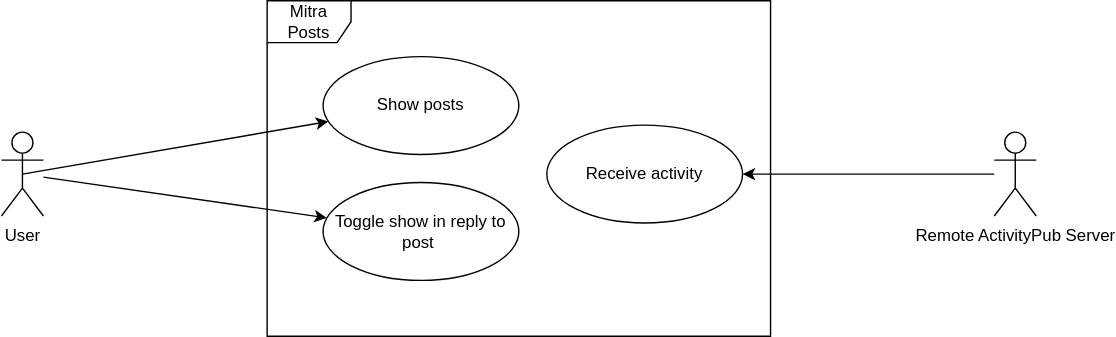
Earlier version of the draw.io export documents/use-cases/use-case-posts.svg (mitra-social/docs). Source tidied: cells renumbered, new cells last; positions are measured from the earlier drawing's top-left corner, leaving out a move shared by most shapes.
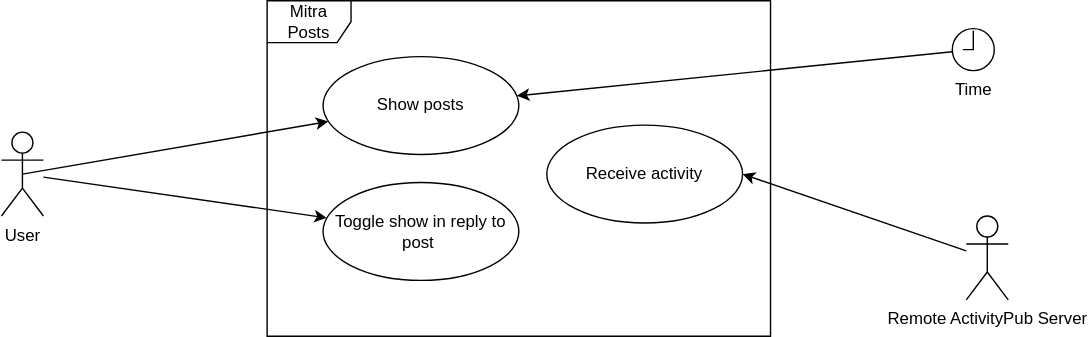
Later version of the same file.

Commit message:
Update use-case diagram for posts

What changed in the source:
```diff
@@ -23,11 +23,17 @@
     <mxCell id="8" value="User" style="shape=umlActor;verticalLabelPosition=bottom;labelBackgroundColor=#ffffff;verticalAlign=top;html=1;" parent="1" vertex="1">
       <mxGeometry y="94" width="30" height="60" as="geometry" />
     </mxCell>
-    <mxCell id="9" style="edgeStyle=orthogonalEdgeStyle;rounded=0;jettySize=auto;html=1;entryX=1;entryY=0.5;entryDx=0;entryDy=0;" parent="1" edge="1" source="10" target="5">
+    <mxCell id="9" style="rounded=0;jettySize=auto;html=1;entryX=1;entryY=0.5;entryDx=0;entryDy=0;" parent="1" edge="1" source="10" target="5">
       <mxGeometry relative="1" as="geometry" />
     </mxCell>
     <mxCell id="10" value="Remote ActivityPub Server" style="shape=umlActor;verticalLabelPosition=bottom;labelBackgroundColor=#ffffff;verticalAlign=top;html=1;" parent="1" vertex="1">
-      <mxGeometry x="710" y="94" width="30" height="60" as="geometry" />
+      <mxGeometry x="690" y="154" width="30" height="60" as="geometry" />
     </mxCell>
+    <mxCell id="11" value="Time" style="html=1;verticalLabelPosition=bottom;align=center;labelBackgroundColor=#ffffff;verticalAlign=top;strokeWidth=1;shadow=0;dashed=0;shape=mxgraph.ios7.icons.clock;" parent="1" vertex="1">
+      <mxGeometry x="680" y="20" width="30" height="30" as="geometry" />
+    </mxCell>
+    <mxCell id="12" style="rounded=0;jettySize=auto;html=1;" parent="1" edge="1" source="11" target="3">
+      <mxGeometry relative="1" as="geometry" />
+    </mxCell>
   </root>
 </mxGraphModel>
```
